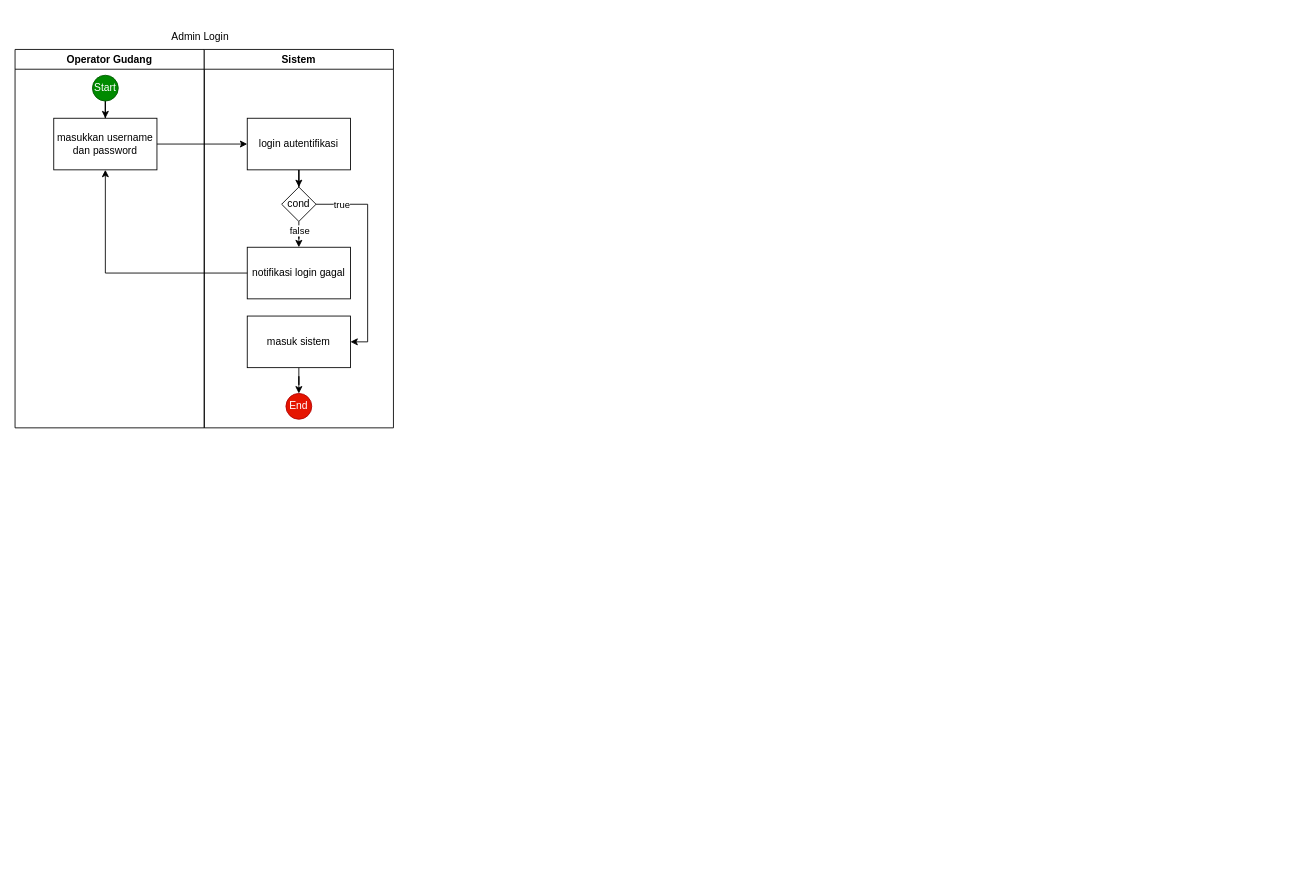
Before: System Analys.drawio in sourchib/Assessment-Sysadmin, a draw.io diagram. Source tidied: cells renumbered, new cells numbered last; positions are measured from the earlier drawing's top-left corner, leaving out a move shared by most shapes. Both pictures are drawn from the tidied source at 86%, with x=0, y=0 at pixel (15, 23).
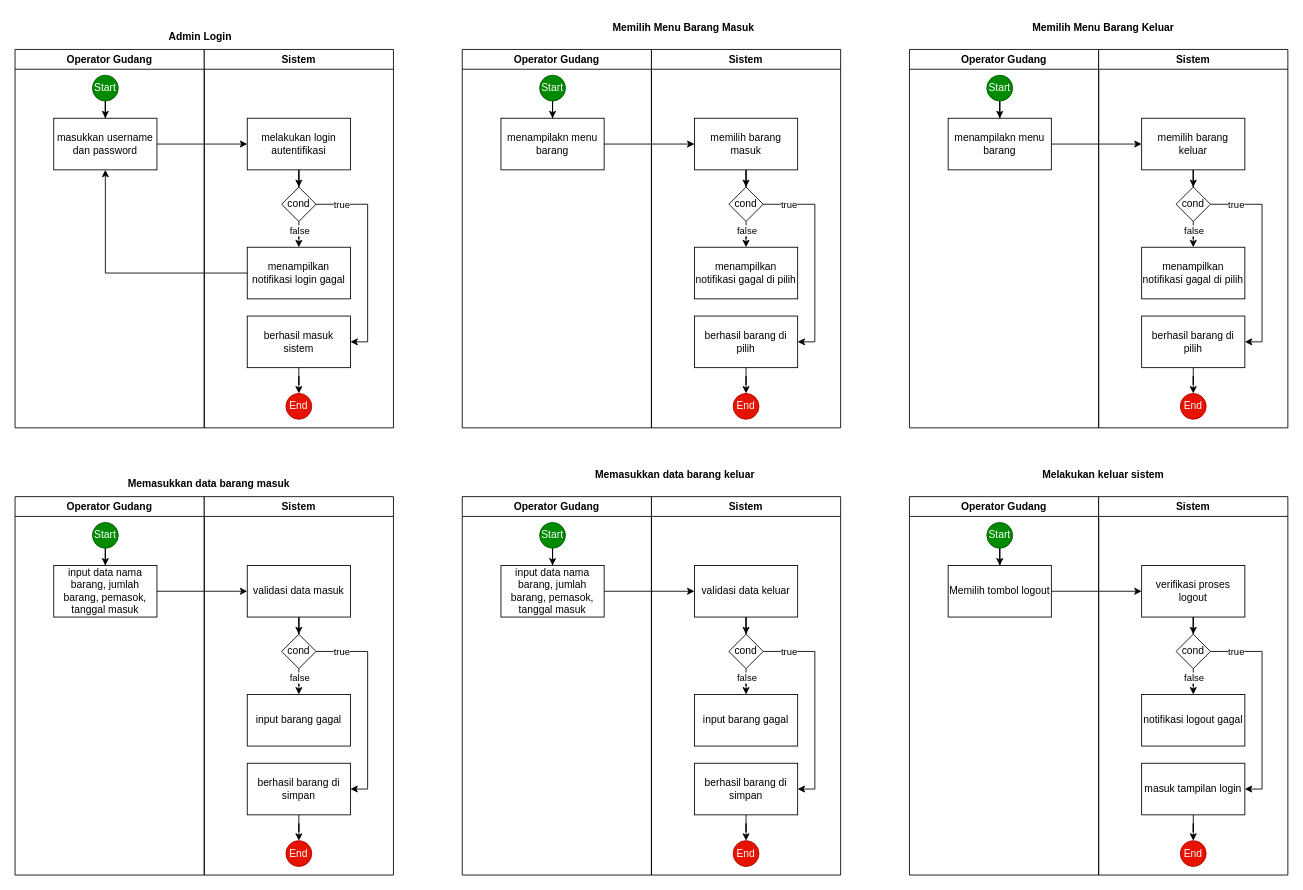
The same diagram, later.

Commit message:
fix System Analys

The change refers to these unchanged cells:
```xml
<mxCell id="6" value="Sistem" style="swimlane;whiteSpace=wrap;html=1;" parent="1" vertex="1">
  <mxGeometry x="220" y="30" width="220" height="440" as="geometry" />
</mxCell>
```

What changed in the source:
```diff
@@
-    <mxCell id="8" value="login autentifikasi" style="rounded=0;whiteSpace=wrap;html=1;" parent="6" vertex="1">
+    <mxCell id="8" value="melakukan login autentifikasi" style="rounded=0;whiteSpace=wrap;html=1;" parent="6" vertex="1">
       <mxGeometry x="50" y="80" width="120" height="60" as="geometry" />
     </mxCell>
@@
-    <mxCell id="14" value="notifikasi login gagal" style="rounded=0;whiteSpace=wrap;html=1;" parent="6" vertex="1">
+    <mxCell id="14" value="menampilkan notifikasi login gagal" style="rounded=0;whiteSpace=wrap;html=1;" parent="6" vertex="1">
       <mxGeometry x="50" y="230" width="120" height="60" as="geometry" />
     </mxCell>
@@
-    <mxCell id="16" value="masuk sistem" style="rounded=0;whiteSpace=wrap;html=1;" parent="6" vertex="1">
+    <mxCell id="16" value="berhasil masuk sistem" style="rounded=0;whiteSpace=wrap;html=1;" parent="6" vertex="1">
       <mxGeometry x="50" y="310" width="120" height="60" as="geometry" />
     </mxCell>
@@
-    <mxCell id="20" value="Admin Login" style="text;html=1;align=center;verticalAlign=middle;strokeColor=none;fillColor=none;" parent="1" vertex="1">
-      <mxGeometry x="170" width="90" height="30" as="geometry" />
+    <mxCell id="20" value="&lt;b&gt;Admin Login&lt;/b&gt;" style="text;html=1;align=center;verticalAlign=middle;strokeColor=none;fillColor=none;rounded=0;" parent="1" vertex="1">
+      <mxGeometry x="165" width="100" height="30" as="geometry" />
     </mxCell>
+    <mxCell id="21" value="Operator Gudang" style="swimlane;whiteSpace=wrap;html=1;startSize=23;" parent="1" vertex="1">
+      <mxGeometry x="520" y="30" width="220" height="440" as="geometry" />
+    </mxCell>
+    <mxCell id="22" style="edgeStyle=orthogonalEdgeStyle;rounded=0;jettySize=auto;html=1;exitX=0.5;exitY=1;exitDx=0;exitDy=0;" parent="21" edge="1" source="23" target="24">
+      <mxGeometry relative="1" as="geometry" />
+    </mxCell>
+    <mxCell id="23" value="Start" style="ellipse;whiteSpace=wrap;html=1;fillColor=#008a00;fontColor=#ffffff;strokeColor=#005700;" parent="21" vertex="1">
+      <mxGeometry x="90" y="30" width="30" height="30" as="geometry" />
+    </mxCell>
+    <mxCell id="24" value="menampilakn menu barang" style="rounded=0;whiteSpace=wrap;html=1;" parent="21" vertex="1">
+      <mxGeometry x="45" y="80" width="120" height="60" as="geometry" />
+    </mxCell>
+    <mxCell id="25" value="Sistem" style="swimlane;whiteSpace=wrap;html=1;" parent="1" vertex="1">
+      <mxGeometry x="740" y="30" width="220" height="440" as="geometry" />
+    </mxCell>
+    <mxCell id="26" style="edgeStyle=orthogonalEdgeStyle;rounded=0;jettySize=auto;html=1;exitX=0.5;exitY=1;exitDx=0;exitDy=0;" parent="25" edge="1" source="27" target="32">
+      <mxGeometry relative="1" as="geometry" />
+    </mxCell>
+    <mxCell id="27" value="memilih barang masuk" style="rounded=0;whiteSpace=wrap;html=1;" parent="25" vertex="1">
+      <mxGeometry x="50" y="80" width="120" height="60" as="geometry" />
+    </mxCell>
+    <mxCell id="28" style="edgeStyle=orthogonalEdgeStyle;rounded=0;jettySize=auto;html=1;" parent="25" edge="1" source="32" target="33">
+      <mxGeometry relative="1" as="geometry" />
+    </mxCell>
+    <mxCell id="29" value="false" style="edgeLabel;html=1;align=center;verticalAlign=middle;" parent="28" vertex="1">
+      <mxGeometry x="0.5" y="-1" relative="1" as="geometry">
+        <mxPoint x="1" y="-8" as="offset" />
+      </mxGeometry>
+    </mxCell>
+    <mxCell id="30" style="edgeStyle=orthogonalEdgeStyle;rounded=0;jettySize=auto;html=1;exitX=1;exitY=0.5;exitDx=0;exitDy=0;entryX=1;entryY=0.5;entryDx=0;entryDy=0;" parent="25" edge="1" source="32" target="35">
+      <mxGeometry relative="1" as="geometry" />
+    </mxCell>
+    <mxCell id="31" value="true" style="edgeLabel;html=1;align=center;verticalAlign=middle;" parent="30" vertex="1">
+      <mxGeometry x="-0.76" relative="1" as="geometry" />
+    </mxCell>
+    <mxCell id="32" value="c&lt;span style=&quot;background-color: initial;&quot;&gt;ond&lt;/span&gt;" style="rhombus;whiteSpace=wrap;html=1;" parent="25" vertex="1">
+      <mxGeometry x="90" y="160" width="40" height="40" as="geometry" />
+    </mxCell>
+    <mxCell id="33" value="menampilkan notifikasi gagal di pilih" style="rounded=0;whiteSpace=wrap;html=1;" parent="25" vertex="1">
+      <mxGeometry x="50" y="230" width="120" height="60" as="geometry" />
+    </mxCell>
+    <mxCell id="34" style="edgeStyle=orthogonalEdgeStyle;rounded=0;jettySize=auto;html=1;exitX=0.5;exitY=1;exitDx=0;exitDy=0;" parent="25" edge="1" source="35" target="36">
+      <mxGeometry relative="1" as="geometry" />
+    </mxCell>
+    <mxCell id="35" value="berhasil barang di pilih" style="rounded=0;whiteSpace=wrap;html=1;" parent="25" vertex="1">
+      <mxGeometry x="50" y="310" width="120" height="60" as="geometry" />
+    </mxCell>
+    <mxCell id="36" value="End" style="ellipse;whiteSpace=wrap;html=1;fillColor=#e51400;fontColor=#ffffff;strokeColor=#B20000;" parent="25" vertex="1">
+      <mxGeometry x="95" y="400" width="30" height="30" as="geometry" />
+    </mxCell>
+    <mxCell id="37" value="&lt;b&gt;Memilih Menu Barang Masuk&lt;/b&gt;" style="text;html=1;align=center;verticalAlign=middle;strokeColor=none;fillColor=none;rounded=0;" parent="1" vertex="1">
+      <mxGeometry x="682" y="-10" width="190" height="30" as="geometry" />
+    </mxCell>
+    <mxCell id="38" style="edgeStyle=orthogonalEdgeStyle;rounded=0;jettySize=auto;html=1;" parent="1" edge="1" source="24" target="27">
+      <mxGeometry relative="1" as="geometry" />
+    </mxCell>
+    <mxCell id="39" value="Operator Gudang" style="swimlane;whiteSpace=wrap;html=1;startSize=23;" parent="1" vertex="1">
+      <mxGeometry x="1040" y="30" width="220" height="440" as="geometry" />
+    </mxCell>
+    <mxCell id="40" style="edgeStyle=orthogonalEdgeStyle;rounded=0;jettySize=auto;html=1;exitX=0.5;exitY=1;exitDx=0;exitDy=0;" parent="39" edge="1" source="41" target="42">
+      <mxGeometry relative="1" as="geometry" />
+    </mxCell>
+    <mxCell id="41" value="Start" style="ellipse;whiteSpace=wrap;html=1;fillColor=#008a00;fontColor=#ffffff;strokeColor=#005700;" parent="39" vertex="1">
+      <mxGeometry x="90" y="30" width="30" height="30" as="geometry" />
+    </mxCell>
+    <mxCell id="42" value="menampilakn menu barang" style="rounded=0;whiteSpace=wrap;html=1;" parent="39" vertex="1">
+      <mxGeometry x="45" y="80" width="120" height="60" as="geometry" />
+    </mxCell>
+    <mxCell id="43" value="Sistem" style="swimlane;whiteSpace=wrap;html=1;" parent="1" vertex="1">
+      <mxGeometry x="1260" y="30" width="220" height="440" as="geometry" />
+    </mxCell>
+    <mxCell id="44" style="edgeStyle=orthogonalEdgeStyle;rounded=0;jettySize=auto;html=1;exitX=0.5;exitY=1;exitDx=0;exitDy=0;" parent="43" edge="1" source="45" target="50">
+      <mxGeometry relative="1" as="geometry" />
+    </mxCell>
+    <mxCell id="45" value="memilih barang keluar" style="rounded=0;whiteSpace=wrap;html=1;" parent="43" vertex="1">
+      <mxGeometry x="50" y="80" width="120" height="60" as="geometry" />
+    </mxCell>
+    <mxCell id="46" style="edgeStyle=orthogonalEdgeStyle;rounded=0;jettySize=auto;html=1;" parent="43" edge="1" source="50" target="51">
+      <mxGeometry relative="1" as="geometry" />
+    </mxCell>
+    <mxCell id="47" value="false" style="edgeLabel;html=1;align=center;verticalAlign=middle;" parent="46" vertex="1">
+      <mxGeometry x="0.5" y="-1" relative="1" as="geometry">
+        <mxPoint x="1" y="-8" as="offset" />
+      </mxGeometry>
+    </mxCell>
+    <mxCell id="48" style="edgeStyle=orthogonalEdgeStyle;rounded=0;jettySize=auto;html=1;exitX=1;exitY=0.5;exitDx=0;exitDy=0;entryX=1;entryY=0.5;entryDx=0;entryDy=0;" parent="43" edge="1" source="50" target="53">
+      <mxGeometry relative="1" as="geometry" />
+    </mxCell>
+    <mxCell id="49" value="true" style="edgeLabel;html=1;align=center;verticalAlign=middle;" parent="48" vertex="1">
+      <mxGeometry x="-0.76" relative="1" as="geometry" />
+    </mxCell>
+    <mxCell id="50" value="c&lt;span style=&quot;background-color: initial;&quot;&gt;ond&lt;/span&gt;" style="rhombus;whiteSpace=wrap;html=1;" parent="43" vertex="1">
+      <mxGeometry x="90" y="160" width="40" height="40" as="geometry" />
+    </mxCell>
+    <mxCell id="51" value="menampilkan notifikasi gagal di pilih" style="rounded=0;whiteSpace=wrap;html=1;" parent="43" vertex="1">
+      <mxGeometry x="50" y="230" width="120" height="60" as="geometry" />
+    </mxCell>
+    <mxCell id="52" style="edgeStyle=orthogonalEdgeStyle;rounded=0;jettySize=auto;html=1;exitX=0.5;exitY=1;exitDx=0;exitDy=0;" parent="43" edge="1" source="53" target="54">
+      <mxGeometry relative="1" as="geometry" />
+    </mxCell>
+    <mxCell id="53" value="berhasil barang di pilih" style="rounded=0;whiteSpace=wrap;html=1;" parent="43" vertex="1">
+      <mxGeometry x="50" y="310" width="120" height="60" as="geometry" />
+    </mxCell>
+    <mxCell id="54" value="End" style="ellipse;whiteSpace=wrap;html=1;fillColor=#e51400;fontColor=#ffffff;strokeColor=#B20000;" parent="43" vertex="1">
+      <mxGeometry x="95" y="400" width="30" height="30" as="geometry" />
+    </mxCell>
+    <mxCell id="55" style="edgeStyle=orthogonalEdgeStyle;rounded=0;jettySize=auto;html=1;" parent="1" edge="1" source="42" target="45">
+      <mxGeometry relative="1" as="geometry" />
+    </mxCell>
+    <mxCell id="56" value="&lt;b&gt;Memilih Menu Barang Keluar&lt;/b&gt;" style="text;html=1;align=center;verticalAlign=middle;strokeColor=none;fillColor=none;rounded=0;" parent="1" vertex="1">
+      <mxGeometry x="1170" y="-10" width="190" height="30" as="geometry" />
+    </mxCell>
+    <mxCell id="57" value="Operator Gudang" style="swimlane;whiteSpace=wrap;html=1;startSize=23;" parent="1" vertex="1">
+      <mxGeometry y="550" width="220" height="440" as="geometry" />
+    </mxCell>
+    <mxCell id="58" style="edgeStyle=orthogonalEdgeStyle;rounded=0;jettySize=auto;html=1;exitX=0.5;exitY=1;exitDx=0;exitDy=0;" parent="57" edge="1" source="59" target="60">
+      <mxGeometry relative="1" as="geometry" />
+    </mxCell>
+    <mxCell id="59" value="Start" style="ellipse;whiteSpace=wrap;html=1;fillColor=#008a00;fontColor=#ffffff;strokeColor=#005700;" parent="57" vertex="1">
+      <mxGeometry x="90" y="30" width="30" height="30" as="geometry" />
+    </mxCell>
+    <mxCell id="60" value="input data nama barang, jumlah barang, pemasok, tanggal masuk" style="rounded=0;whiteSpace=wrap;html=1;" parent="57" vertex="1">
+      <mxGeometry x="45" y="80" width="120" height="60" as="geometry" />
+    </mxCell>
+    <mxCell id="61" value="Sistem" style="swimlane;whiteSpace=wrap;html=1;" parent="1" vertex="1">
+      <mxGeometry x="220" y="550" width="220" height="440" as="geometry" />
+    </mxCell>
+    <mxCell id="62" style="edgeStyle=orthogonalEdgeStyle;rounded=0;jettySize=auto;html=1;exitX=0.5;exitY=1;exitDx=0;exitDy=0;" parent="61" edge="1" source="63" target="68">
+      <mxGeometry relative="1" as="geometry" />
+    </mxCell>
+    <mxCell id="63" value="validasi data masuk" style="rounded=0;whiteSpace=wrap;html=1;" parent="61" vertex="1">
+      <mxGeometry x="50" y="80" width="120" height="60" as="geometry" />
+    </mxCell>
+    <mxCell id="64" style="edgeStyle=orthogonalEdgeStyle;rounded=0;jettySize=auto;html=1;" parent="61" edge="1" source="68" target="69">
+      <mxGeometry relative="1" as="geometry" />
+    </mxCell>
+    <mxCell id="65" value="false" style="edgeLabel;html=1;align=center;verticalAlign=middle;" parent="64" vertex="1">
+      <mxGeometry x="0.5" y="-1" relative="1" as="geometry">
+        <mxPoint x="1" y="-8" as="offset" />
+      </mxGeometry>
+    </mxCell>
+    <mxCell id="66" style="edgeStyle=orthogonalEdgeStyle;rounded=0;jettySize=auto;html=1;exitX=1;exitY=0.5;exitDx=0;exitDy=0;entryX=1;entryY=0.5;entryDx=0;entryDy=0;" parent="61" edge="1" source="68" target="71">
+      <mxGeometry relative="1" as="geometry" />
+    </mxCell>
+    <mxCell id="67" value="true" style="edgeLabel;html=1;align=center;verticalAlign=middle;" parent="66" vertex="1">
+      <mxGeometry x="-0.76" relative="1" as="geometry" />
+    </mxCell>
+    <mxCell id="68" value="c&lt;span style=&quot;background-color: initial;&quot;&gt;ond&lt;/span&gt;" style="rhombus;whiteSpace=wrap;html=1;" parent="61" vertex="1">
+      <mxGeometry x="90" y="160" width="40" height="40" as="geometry" />
+    </mxCell>
+    <mxCell id="69" value="input barang gagal" style="rounded=0;whiteSpace=wrap;html=1;" parent="61" vertex="1">
+      <mxGeometry x="50" y="230" width="120" height="60" as="geometry" />
+    </mxCell>
+    <mxCell id="70" style="edgeStyle=orthogonalEdgeStyle;rounded=0;jettySize=auto;html=1;exitX=0.5;exitY=1;exitDx=0;exitDy=0;" parent="61" edge="1" source="71" target="72">
+      <mxGeometry relative="1" as="geometry" />
+    </mxCell>
+    <mxCell id="71" value="berhasil barang di simpan" style="rounded=0;whiteSpace=wrap;html=1;" parent="61" vertex="1">
+      <mxGeometry x="50" y="310" width="120" height="60" as="geometry" />
+    </mxCell>
+    <mxCell id="72" value="End" style="ellipse;whiteSpace=wrap;html=1;fillColor=#e51400;fontColor=#ffffff;strokeColor=#B20000;" parent="61" vertex="1">
+      <mxGeometry x="95" y="400" width="30" height="30" as="geometry" />
+    </mxCell>
+    <mxCell id="73" style="edgeStyle=orthogonalEdgeStyle;rounded=0;jettySize=auto;html=1;" parent="1" edge="1" source="60" target="63">
+      <mxGeometry relative="1" as="geometry" />
+    </mxCell>
+    <mxCell id="74" value="&lt;b&gt;Memasukkan data barang masuk&lt;/b&gt;" style="text;html=1;align=center;verticalAlign=middle;strokeColor=none;fillColor=none;rounded=0;" parent="1" vertex="1">
+      <mxGeometry x="120" y="520" width="210" height="30" as="geometry" />
+    </mxCell>
+    <mxCell id="75" value="Operator Gudang" style="swimlane;whiteSpace=wrap;html=1;startSize=23;" parent="1" vertex="1">
+      <mxGeometry x="520" y="550" width="220" height="440" as="geometry" />
+    </mxCell>
+    <mxCell id="76" style="edgeStyle=orthogonalEdgeStyle;rounded=0;jettySize=auto;html=1;exitX=0.5;exitY=1;exitDx=0;exitDy=0;" parent="75" edge="1" source="77" target="78">
+      <mxGeometry relative="1" as="geometry" />
+    </mxCell>
+    <mxCell id="77" value="Start" style="ellipse;whiteSpace=wrap;html=1;fillColor=#008a00;fontColor=#ffffff;strokeColor=#005700;" parent="75" vertex="1">
+      <mxGeometry x="90" y="30" width="30" height="30" as="geometry" />
+    </mxCell>
+    <mxCell id="78" value="input data nama barang, jumlah barang, pemasok, tanggal masuk" style="rounded=0;whiteSpace=wrap;html=1;" parent="75" vertex="1">
+      <mxGeometry x="45" y="80" width="120" height="60" as="geometry" />
+    </mxCell>
+    <mxCell id="79" value="Sistem" style="swimlane;whiteSpace=wrap;html=1;" parent="1" vertex="1">
+      <mxGeometry x="740" y="550" width="220" height="440" as="geometry" />
+    </mxCell>
+    <mxCell id="80" style="edgeStyle=orthogonalEdgeStyle;rounded=0;jettySize=auto;html=1;exitX=0.5;exitY=1;exitDx=0;exitDy=0;" parent="79" edge="1" source="81" target="86">
+      <mxGeometry relative="1" as="geometry" />
+    </mxCell>
+    <mxCell id="81" value="validasi data keluar" style="rounded=0;whiteSpace=wrap;html=1;" parent="79" vertex="1">
+      <mxGeometry x="50" y="80" width="120" height="60" as="geometry" />
+    </mxCell>
+    <mxCell id="82" style="edgeStyle=orthogonalEdgeStyle;rounded=0;jettySize=auto;html=1;" parent="79" edge="1" source="86" target="87">
+      <mxGeometry relative="1" as="geometry" />
+    </mxCell>
+    <mxCell id="83" value="false" style="edgeLabel;html=1;align=center;verticalAlign=middle;" parent="82" vertex="1">
+      <mxGeometry x="0.5" y="-1" relative="1" as="geometry">
+        <mxPoint x="1" y="-8" as="offset" />
+      </mxGeometry>
+    </mxCell>
+    <mxCell id="84" style="edgeStyle=orthogonalEdgeStyle;rounded=0;jettySize=auto;html=1;exitX=1;exitY=0.5;exitDx=0;exitDy=0;entryX=1;entryY=0.5;entryDx=0;entryDy=0;" parent="79" edge="1" source="86" target="89">
+      <mxGeometry relative="1" as="geometry" />
+    </mxCell>
+    <mxCell id="85" value="true" style="edgeLabel;html=1;align=center;verticalAlign=middle;" parent="84" vertex="1">
+      <mxGeometry x="-0.76" relative="1" as="geometry" />
+    </mxCell>
+    <mxCell id="86" value="c&lt;span style=&quot;background-color: initial;&quot;&gt;ond&lt;/span&gt;" style="rhombus;whiteSpace=wrap;html=1;" parent="79" vertex="1">
+      <mxGeometry x="90" y="160" width="40" height="40" as="geometry" />
+    </mxCell>
+    <mxCell id="87" value="input barang gagal" style="rounded=0;whiteSpace=wrap;html=1;" parent="79" vertex="1">
+      <mxGeometry x="50" y="230" width="120" height="60" as="geometry" />
+    </mxCell>
+    <mxCell id="88" style="edgeStyle=orthogonalEdgeStyle;rounded=0;jettySize=auto;html=1;exitX=0.5;exitY=1;exitDx=0;exitDy=0;" parent="79" edge="1" source="89" target="90">
+      <mxGeometry relative="1" as="geometry" />
+    </mxCell>
+    <mxCell id="89" value="berhasil barang di simpan" style="rounded=0;whiteSpace=wrap;html=1;" parent="79" vertex="1">
+      <mxGeometry x="50" y="310" width="120" height="60" as="geometry" />
+    </mxCell>
+    <mxCell id="90" value="End" style="ellipse;whiteSpace=wrap;html=1;fillColor=#e51400;fontColor=#ffffff;strokeColor=#B20000;" parent="79" vertex="1">
+      <mxGeometry x="95" y="400" width="30" height="30" as="geometry" />
+    </mxCell>
+    <mxCell id="91" value="&lt;b&gt;Memasukkan data barang keluar&lt;/b&gt;" style="text;html=1;align=center;verticalAlign=middle;strokeColor=none;fillColor=none;rounded=0;" parent="1" vertex="1">
+      <mxGeometry x="662" y="510" width="210" height="30" as="geometry" />
+    </mxCell>
+    <mxCell id="92" style="edgeStyle=orthogonalEdgeStyle;rounded=0;jettySize=auto;html=1;" parent="1" edge="1" source="78" target="81">
+      <mxGeometry relative="1" as="geometry" />
+    </mxCell>
+    <mxCell id="93" value="Operator Gudang" style="swimlane;whiteSpace=wrap;html=1;startSize=23;" parent="1" vertex="1">
+      <mxGeometry x="1040" y="550" width="220" height="440" as="geometry" />
+    </mxCell>
+    <mxCell id="94" style="edgeStyle=orthogonalEdgeStyle;rounded=0;jettySize=auto;html=1;exitX=0.5;exitY=1;exitDx=0;exitDy=0;" parent="93" edge="1" source="95" target="96">
+      <mxGeometry relative="1" as="geometry" />
+    </mxCell>
+    <mxCell id="95" value="Start" style="ellipse;whiteSpace=wrap;html=1;fillColor=#008a00;fontColor=#ffffff;strokeColor=#005700;" parent="93" vertex="1">
+      <mxGeometry x="90" y="30" width="30" height="30" as="geometry" />
+    </mxCell>
+    <mxCell id="96" value="Memilih tombol logout" style="rounded=0;whiteSpace=wrap;html=1;" parent="93" vertex="1">
+      <mxGeometry x="45" y="80" width="120" height="60" as="geometry" />
+    </mxCell>
+    <mxCell id="97" value="Sistem" style="swimlane;whiteSpace=wrap;html=1;" parent="1" vertex="1">
+      <mxGeometry x="1260" y="550" width="220" height="440" as="geometry" />
+    </mxCell>
+    <mxCell id="98" style="edgeStyle=orthogonalEdgeStyle;rounded=0;jettySize=auto;html=1;exitX=0.5;exitY=1;exitDx=0;exitDy=0;" parent="97" edge="1" source="99" target="104">
+      <mxGeometry relative="1" as="geometry" />
+    </mxCell>
+    <mxCell id="99" value="verifikasi proses logout" style="rounded=0;whiteSpace=wrap;html=1;" parent="97" vertex="1">
+      <mxGeometry x="50" y="80" width="120" height="60" as="geometry" />
+    </mxCell>
+    <mxCell id="100" style="edgeStyle=orthogonalEdgeStyle;rounded=0;jettySize=auto;html=1;" parent="97" edge="1" source="104" target="105">
+      <mxGeometry relative="1" as="geometry" />
+    </mxCell>
+    <mxCell id="101" value="false" style="edgeLabel;html=1;align=center;verticalAlign=middle;" parent="100" vertex="1">
+      <mxGeometry x="0.5" y="-1" relative="1" as="geometry">
+        <mxPoint x="1" y="-8" as="offset" />
+      </mxGeometry>
+    </mxCell>
+    <mxCell id="102" style="edgeStyle=orthogonalEdgeStyle;rounded=0;jettySize=auto;html=1;exitX=1;exitY=0.5;exitDx=0;exitDy=0;entryX=1;entryY=0.5;entryDx=0;entryDy=0;" parent="97" edge="1" source="104" target="107">
+      <mxGeometry relative="1" as="geometry" />
+    </mxCell>
+    <mxCell id="103" value="true" style="edgeLabel;html=1;align=center;verticalAlign=middle;" parent="102" vertex="1">
+      <mxGeometry x="-0.76" relative="1" as="geometry" />
+    </mxCell>
+    <mxCell id="104" value="c&lt;span style=&quot;background-color: initial;&quot;&gt;ond&lt;/span&gt;" style="rhombus;whiteSpace=wrap;html=1;" parent="97" vertex="1">
+      <mxGeometry x="90" y="160" width="40" height="40" as="geometry" />
+    </mxCell>
+    <mxCell id="105" value="notifikasi logout gagal" style="rounded=0;whiteSpace=wrap;html=1;" parent="97" vertex="1">
+      <mxGeometry x="50" y="230" width="120" height="60" as="geometry" />
+    </mxCell>
+    <mxCell id="106" style="edgeStyle=orthogonalEdgeStyle;rounded=0;jettySize=auto;html=1;exitX=0.5;exitY=1;exitDx=0;exitDy=0;" parent="97" edge="1" source="107" target="108">
+      <mxGeometry relative="1" as="geometry" />
+    </mxCell>
+    <mxCell id="107" value="masuk tampilan login" style="rounded=0;whiteSpace=wrap;html=1;" parent="97" vertex="1">
+      <mxGeometry x="50" y="310" width="120" height="60" as="geometry" />
+    </mxCell>
+    <mxCell id="108" value="End" style="ellipse;whiteSpace=wrap;html=1;fillColor=#e51400;fontColor=#ffffff;strokeColor=#B20000;" parent="97" vertex="1">
+      <mxGeometry x="95" y="400" width="30" height="30" as="geometry" />
+    </mxCell>
+    <mxCell id="109" style="edgeStyle=orthogonalEdgeStyle;rounded=0;jettySize=auto;html=1;" parent="1" edge="1" source="96" target="99">
+      <mxGeometry relative="1" as="geometry" />
+    </mxCell>
+    <mxCell id="110" value="&lt;b&gt;Melakukan keluar sistem&lt;/b&gt;" style="text;html=1;align=center;verticalAlign=middle;strokeColor=none;fillColor=none;rounded=0;" parent="1" vertex="1">
+      <mxGeometry x="1185" y="510" width="160" height="30" as="geometry" />
+    </mxCell>
```
